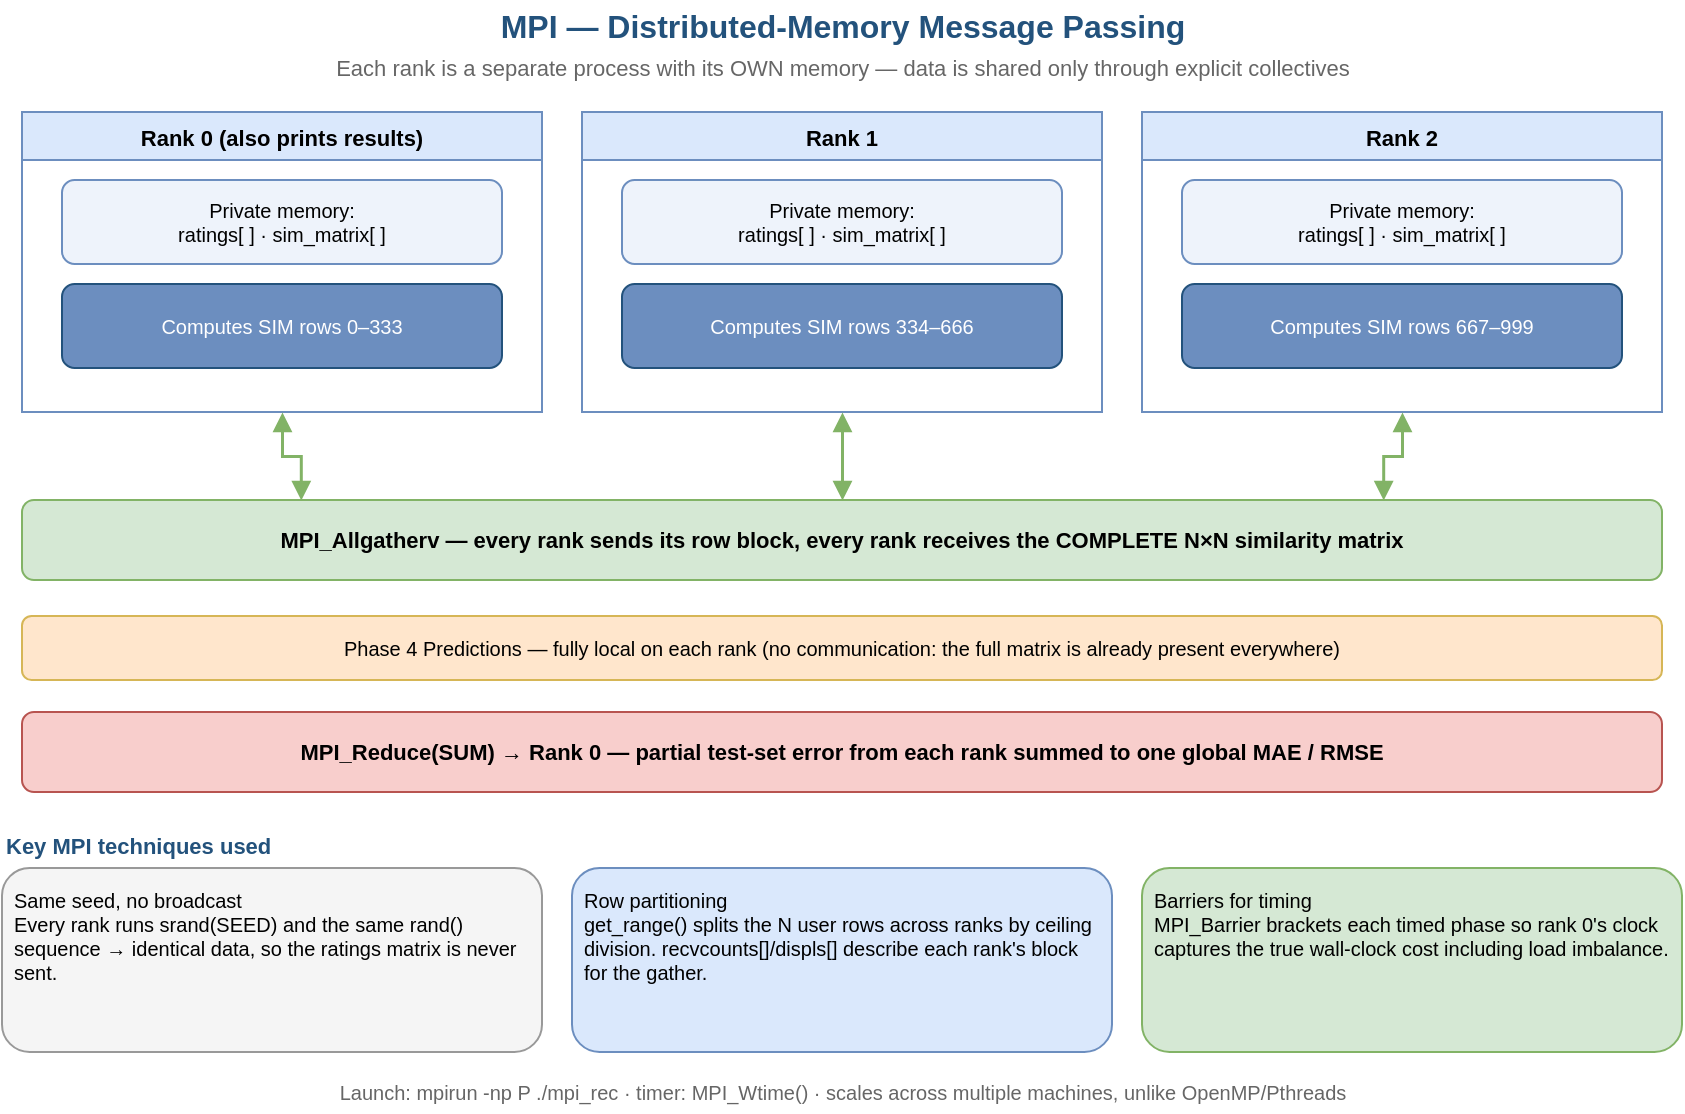
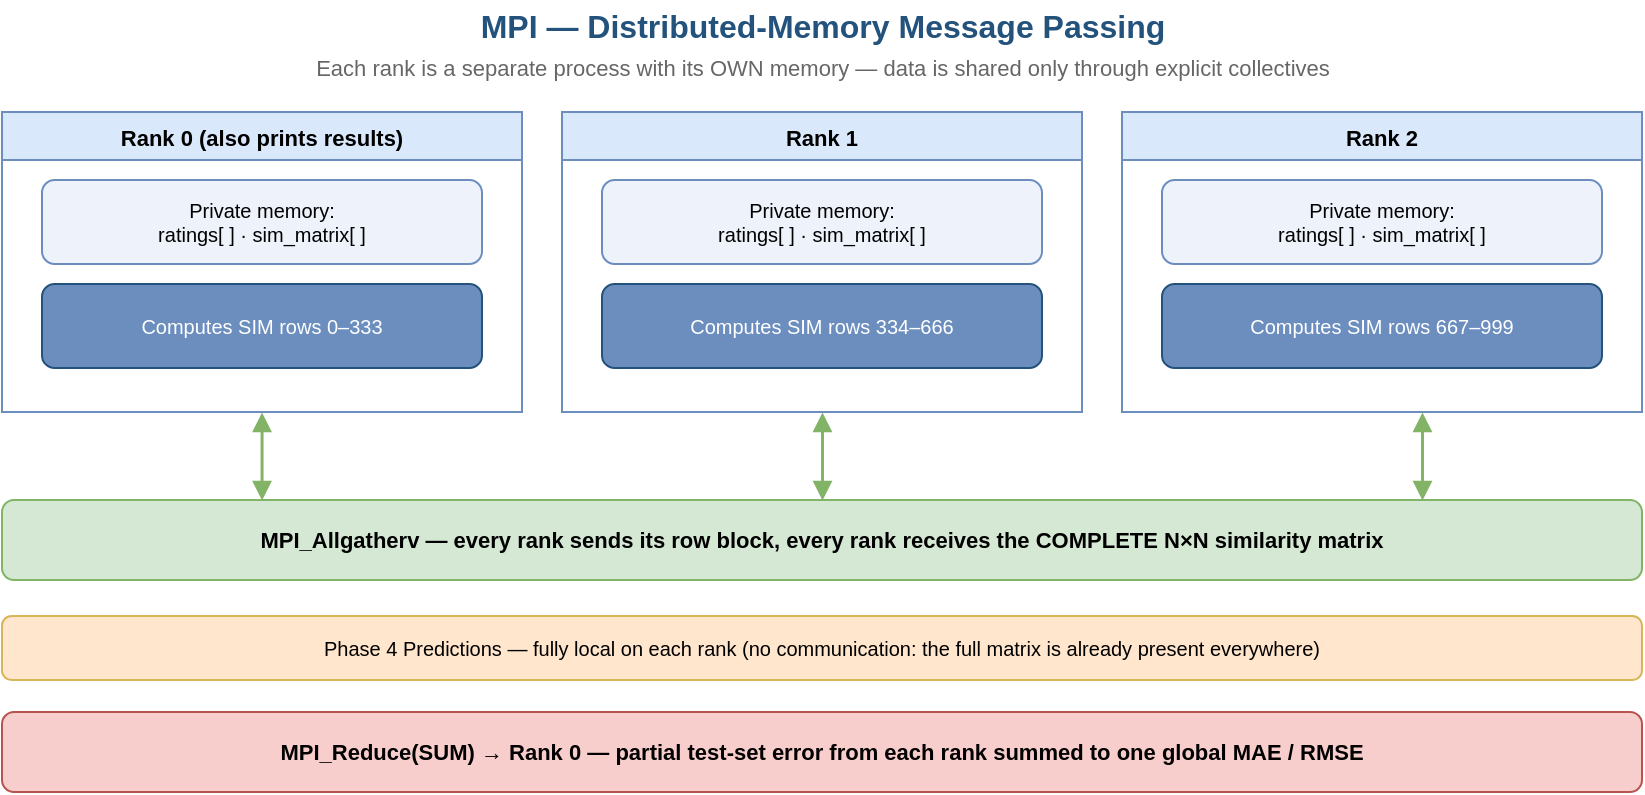
- <mxfile host="app.diagrams.net" version="21.1.2">
-   <diagram id="page4" name="4. MPI">
-     <mxGraphModel dx="1000" dy="640" grid="1" gridSize="10" guides="1" tooltips="1" connect="1" arrows="1" fold="1" page="1" pageScale="1" pageWidth="900" pageHeight="640" math="0" shadow="0">
-       <root>
-         <mxCell id="0" />
-         <mxCell id="1" parent="0" />
- 
-         <!-- Title -->
-         <mxCell id="ttl" value="MPI — Distributed-Memory Message Passing" style="text;html=1;align=center;verticalAlign=middle;fontStyle=1;fontSize=16;fontColor=#23527c;" vertex="1" parent="1">
-           <mxGeometry x="150" y="16" width="600" height="26" as="geometry" />
-         </mxCell>
-         <mxCell id="sub" value="Each rank is a separate process with its OWN memory — data is shared only through explicit collectives" style="text;html=1;align=center;verticalAlign=middle;fontSize=11;fontColor=#666666;" vertex="1" parent="1">
-           <mxGeometry x="150" y="40" width="600" height="20" as="geometry" />
-         </mxCell>
- 
-         <!-- Rank containers -->
-         <mxCell id="r0" value="Rank 0  (also prints results)" style="swimlane;startSize=24;whiteSpace=wrap;html=1;fillColor=#dae8fc;strokeColor=#6c8ebf;fontSize=11;fontStyle=1;verticalAlign=top;" vertex="1" parent="1">
-           <mxGeometry x="40" y="72" width="260" height="150" as="geometry" />
-         </mxCell>
-         <mxCell id="r0a" value="Private memory:&#10;ratings[ ] · sim_matrix[ ]" style="rounded=1;whiteSpace=wrap;html=1;fillColor=#eef3fb;strokeColor=#6c8ebf;fontSize=10;verticalAlign=middle;" vertex="1" parent="r0">
-           <mxGeometry x="20" y="34" width="220" height="42" as="geometry" />
-         </mxCell>
-         <mxCell id="r0b" value="Computes SIM rows 0–333" style="rounded=1;whiteSpace=wrap;html=1;fillColor=#6c8ebf;strokeColor=#23527c;fontColor=#ffffff;fontSize=10;verticalAlign=middle;" vertex="1" parent="r0">
-           <mxGeometry x="20" y="86" width="220" height="42" as="geometry" />
-         </mxCell>
- 
-         <mxCell id="r1" value="Rank 1" style="swimlane;startSize=24;whiteSpace=wrap;html=1;fillColor=#dae8fc;strokeColor=#6c8ebf;fontSize=11;fontStyle=1;verticalAlign=top;" vertex="1" parent="1">
-           <mxGeometry x="320" y="72" width="260" height="150" as="geometry" />
-         </mxCell>
-         <mxCell id="r1a" value="Private memory:&#10;ratings[ ] · sim_matrix[ ]" style="rounded=1;whiteSpace=wrap;html=1;fillColor=#eef3fb;strokeColor=#6c8ebf;fontSize=10;verticalAlign=middle;" vertex="1" parent="r1">
-           <mxGeometry x="20" y="34" width="220" height="42" as="geometry" />
-         </mxCell>
-         <mxCell id="r1b" value="Computes SIM rows 334–666" style="rounded=1;whiteSpace=wrap;html=1;fillColor=#6c8ebf;strokeColor=#23527c;fontColor=#ffffff;fontSize=10;verticalAlign=middle;" vertex="1" parent="r1">
-           <mxGeometry x="20" y="86" width="220" height="42" as="geometry" />
-         </mxCell>
- 
-         <mxCell id="r2" value="Rank 2" style="swimlane;startSize=24;whiteSpace=wrap;html=1;fillColor=#dae8fc;strokeColor=#6c8ebf;fontSize=11;fontStyle=1;verticalAlign=top;" vertex="1" parent="1">
-           <mxGeometry x="600" y="72" width="260" height="150" as="geometry" />
-         </mxCell>
-         <mxCell id="r2a" value="Private memory:&#10;ratings[ ] · sim_matrix[ ]" style="rounded=1;whiteSpace=wrap;html=1;fillColor=#eef3fb;strokeColor=#6c8ebf;fontSize=10;verticalAlign=middle;" vertex="1" parent="r2">
-           <mxGeometry x="20" y="34" width="220" height="42" as="geometry" />
-         </mxCell>
-         <mxCell id="r2b" value="Computes SIM rows 667–999" style="rounded=1;whiteSpace=wrap;html=1;fillColor=#6c8ebf;strokeColor=#23527c;fontColor=#ffffff;fontSize=10;verticalAlign=middle;" vertex="1" parent="r2">
-           <mxGeometry x="20" y="86" width="220" height="42" as="geometry" />
-         </mxCell>
- 
-         <!-- Allgatherv bus -->
-         <mxCell id="agv" value="MPI_Allgatherv  —  every rank sends its row block, every rank receives the COMPLETE N×N similarity matrix" style="rounded=1;whiteSpace=wrap;html=1;fillColor=#d5e8d4;strokeColor=#82b366;fontSize=11;fontStyle=1;verticalAlign=middle;" vertex="1" parent="1">
-           <mxGeometry x="40" y="266" width="820" height="40" as="geometry" />
-         </mxCell>
-         <mxCell id="ag0" style="edgeStyle=orthogonalEdgeStyle;rounded=0;html=1;startArrow=block;startFill=1;endArrow=block;endFill=1;strokeWidth=1.5;strokeColor=#82b366;exitX=0.5;exitY=1;entryX=0.17;entryY=0;" edge="1" source="r0" target="agv" parent="1"><mxGeometry relative="1" as="geometry" /></mxCell>
-         <mxCell id="ag1" style="edgeStyle=orthogonalEdgeStyle;rounded=0;html=1;startArrow=block;startFill=1;endArrow=block;endFill=1;strokeWidth=1.5;strokeColor=#82b366;exitX=0.5;exitY=1;entryX=0.5;entryY=0;" edge="1" source="r1" target="agv" parent="1"><mxGeometry relative="1" as="geometry" /></mxCell>
-         <mxCell id="ag2" style="edgeStyle=orthogonalEdgeStyle;rounded=0;html=1;startArrow=block;startFill=1;endArrow=block;endFill=1;strokeWidth=1.5;strokeColor=#82b366;exitX=0.5;exitY=1;entryX=0.83;entryY=0;" edge="1" source="r2" target="agv" parent="1"><mxGeometry relative="1" as="geometry" /></mxCell>
- 
-         <!-- Predictions note -->
-         <mxCell id="pred" value="Phase 4 Predictions — fully local on each rank (no communication: the full matrix is already present everywhere)" style="rounded=1;whiteSpace=wrap;html=1;fillColor=#ffe6cc;strokeColor=#d6b656;fontSize=10;verticalAlign=middle;" vertex="1" parent="1">
-           <mxGeometry x="40" y="324" width="820" height="32" as="geometry" />
-         </mxCell>
- 
-         <!-- Reduce -->
-         <mxCell id="red" value="MPI_Reduce(SUM) → Rank 0  —  partial test-set error from each rank summed to one global MAE / RMSE" style="rounded=1;whiteSpace=wrap;html=1;fillColor=#f8cecc;strokeColor=#b85450;fontSize=11;fontStyle=1;verticalAlign=middle;" vertex="1" parent="1">
-           <mxGeometry x="40" y="372" width="820" height="40" as="geometry" />
-         </mxCell>
- 
-         <!-- Concept boxes -->
-         <mxCell id="ch" value="Key MPI techniques used" style="text;html=1;align=left;fontStyle=1;fontSize=11;fontColor=#23527c;" vertex="1" parent="1">
-           <mxGeometry x="30" y="426" width="300" height="20" as="geometry" />
-         </mxCell>
-         <mxCell id="c1" value="Same seed, no broadcast&#10;Every rank runs srand(SEED) and the same rand() sequence → identical data, so the ratings matrix is never sent." style="rounded=1;whiteSpace=wrap;html=1;fillColor=#f5f5f5;strokeColor=#999999;fontSize=10;verticalAlign=top;align=left;spacing=6;" vertex="1" parent="1">
-           <mxGeometry x="30" y="450" width="270" height="92" as="geometry" />
-         </mxCell>
-         <mxCell id="c2" value="Row partitioning&#10;get_range() splits the N user rows across ranks by ceiling division. recvcounts[]/displs[] describe each rank's block for the gather." style="rounded=1;whiteSpace=wrap;html=1;fillColor=#dae8fc;strokeColor=#6c8ebf;fontSize=10;verticalAlign=top;align=left;spacing=6;" vertex="1" parent="1">
-           <mxGeometry x="315" y="450" width="270" height="92" as="geometry" />
-         </mxCell>
-         <mxCell id="c3" value="Barriers for timing&#10;MPI_Barrier brackets each timed phase so rank 0's clock captures the true wall-clock cost including load imbalance." style="rounded=1;whiteSpace=wrap;html=1;fillColor=#d5e8d4;strokeColor=#82b366;fontSize=10;verticalAlign=top;align=left;spacing=6;" vertex="1" parent="1">
-           <mxGeometry x="600" y="450" width="270" height="92" as="geometry" />
-         </mxCell>
- 
-         <!-- Footer -->
-         <mxCell id="ft" value="Launch: mpirun -np P ./mpi_rec   ·   timer: MPI_Wtime()   ·   scales across multiple machines, unlike OpenMP/Pthreads" style="text;html=1;align=center;verticalAlign=middle;fontSize=10;fontColor=#666666;" vertex="1" parent="1">
-           <mxGeometry x="30" y="552" width="840" height="20" as="geometry" />
-         </mxCell>
-       </root>
-     </mxGraphModel>
-   </diagram>
- </mxfile>
+ <mxfile host="65bd71144e">
+     <diagram id="page4" name="4. MPI">
+         <mxGraphModel dx="258" dy="156" grid="1" gridSize="10" guides="1" tooltips="1" connect="1" arrows="1" fold="1" page="1" pageScale="1" pageWidth="900" pageHeight="640" math="0" shadow="0">
+             <root>
+                 <mxCell id="0"/>
+                 <mxCell id="1" parent="0"/>
+                 <mxCell id="ttl" value="MPI — Distributed-Memory Message Passing" style="text;html=1;align=center;verticalAlign=middle;fontStyle=1;fontSize=16;fontColor=#23527c;" parent="1" vertex="1">
+                     <mxGeometry x="150" y="16" width="600" height="26" as="geometry"/>
+                 </mxCell>
+                 <mxCell id="sub" value="Each rank is a separate process with its OWN memory — data is shared only through explicit collectives" style="text;html=1;align=center;verticalAlign=middle;fontSize=11;fontColor=#666666;" parent="1" vertex="1">
+                     <mxGeometry x="150" y="40" width="600" height="20" as="geometry"/>
+                 </mxCell>
+                 <mxCell id="r0" value="Rank 0  (also prints results)" style="swimlane;startSize=24;whiteSpace=wrap;html=1;fillColor=#dae8fc;strokeColor=#6c8ebf;fontSize=11;fontStyle=1;verticalAlign=top;" parent="1" vertex="1">
+                     <mxGeometry x="40" y="72" width="260" height="150" as="geometry"/>
+                 </mxCell>
+                 <mxCell id="r0a" value="Private memory:&#xa;ratings[ ] · sim_matrix[ ]" style="rounded=1;whiteSpace=wrap;html=1;fillColor=#eef3fb;strokeColor=#6c8ebf;fontSize=10;verticalAlign=middle;" parent="r0" vertex="1">
+                     <mxGeometry x="20" y="34" width="220" height="42" as="geometry"/>
+                 </mxCell>
+                 <mxCell id="r0b" value="Computes SIM rows 0–333" style="rounded=1;whiteSpace=wrap;html=1;fillColor=#6c8ebf;strokeColor=#23527c;fontColor=#ffffff;fontSize=10;verticalAlign=middle;" parent="r0" vertex="1">
+                     <mxGeometry x="20" y="86" width="220" height="42" as="geometry"/>
+                 </mxCell>
+                 <mxCell id="r1" value="Rank 1" style="swimlane;startSize=24;whiteSpace=wrap;html=1;fillColor=#dae8fc;strokeColor=#6c8ebf;fontSize=11;fontStyle=1;verticalAlign=top;" parent="1" vertex="1">
+                     <mxGeometry x="320" y="72" width="260" height="150" as="geometry"/>
+                 </mxCell>
+                 <mxCell id="r1a" value="Private memory:&#xa;ratings[ ] · sim_matrix[ ]" style="rounded=1;whiteSpace=wrap;html=1;fillColor=#eef3fb;strokeColor=#6c8ebf;fontSize=10;verticalAlign=middle;" parent="r1" vertex="1">
+                     <mxGeometry x="20" y="34" width="220" height="42" as="geometry"/>
+                 </mxCell>
+                 <mxCell id="r1b" value="Computes SIM rows 334–666" style="rounded=1;whiteSpace=wrap;html=1;fillColor=#6c8ebf;strokeColor=#23527c;fontColor=#ffffff;fontSize=10;verticalAlign=middle;" parent="r1" vertex="1">
+                     <mxGeometry x="20" y="86" width="220" height="42" as="geometry"/>
+                 </mxCell>
+                 <mxCell id="r2" value="Rank 2" style="swimlane;startSize=24;whiteSpace=wrap;html=1;fillColor=#dae8fc;strokeColor=#6c8ebf;fontSize=11;fontStyle=1;verticalAlign=top;" parent="1" vertex="1">
+                     <mxGeometry x="600" y="72" width="260" height="150" as="geometry"/>
+                 </mxCell>
+                 <mxCell id="r2a" value="Private memory:&#xa;ratings[ ] · sim_matrix[ ]" style="rounded=1;whiteSpace=wrap;html=1;fillColor=#eef3fb;strokeColor=#6c8ebf;fontSize=10;verticalAlign=middle;" parent="r2" vertex="1">
+                     <mxGeometry x="20" y="34" width="220" height="42" as="geometry"/>
+                 </mxCell>
+                 <mxCell id="r2b" value="Computes SIM rows 667–999" style="rounded=1;whiteSpace=wrap;html=1;fillColor=#6c8ebf;strokeColor=#23527c;fontColor=#ffffff;fontSize=10;verticalAlign=middle;" parent="r2" vertex="1">
+                     <mxGeometry x="20" y="86" width="220" height="42" as="geometry"/>
+                 </mxCell>
+                 <mxCell id="agv" value="MPI_Allgatherv  —  every rank sends its row block, every rank receives the COMPLETE N×N similarity matrix" style="rounded=1;whiteSpace=wrap;html=1;fillColor=#d5e8d4;strokeColor=#82b366;fontSize=11;fontStyle=1;verticalAlign=middle;" parent="1" vertex="1">
+                     <mxGeometry x="40" y="266" width="820" height="40" as="geometry"/>
+                 </mxCell>
+                 <mxCell id="ag1" style="edgeStyle=orthogonalEdgeStyle;rounded=0;html=1;startArrow=block;startFill=1;endArrow=block;endFill=1;strokeWidth=1.5;strokeColor=#82b366;exitX=0.5;exitY=1;entryX=0.5;entryY=0;" parent="1" source="r1" target="agv" edge="1">
+                     <mxGeometry relative="1" as="geometry"/>
+                 </mxCell>
+                 <mxCell id="pred" value="Phase 4 Predictions — fully local on each rank (no communication: the full matrix is already present everywhere)" style="rounded=1;whiteSpace=wrap;html=1;fillColor=#ffe6cc;strokeColor=#d6b656;fontSize=10;verticalAlign=middle;" parent="1" vertex="1">
+                     <mxGeometry x="40" y="324" width="820" height="32" as="geometry"/>
+                 </mxCell>
+                 <mxCell id="red" value="MPI_Reduce(SUM) → Rank 0  —  partial test-set error from each rank summed to one global MAE / RMSE" style="rounded=1;whiteSpace=wrap;html=1;fillColor=#f8cecc;strokeColor=#b85450;fontSize=11;fontStyle=1;verticalAlign=middle;" parent="1" vertex="1">
+                     <mxGeometry x="40" y="372" width="820" height="40" as="geometry"/>
+                 </mxCell>
+                 <mxCell id="2" style="edgeStyle=orthogonalEdgeStyle;rounded=0;html=1;startArrow=block;startFill=1;endArrow=block;endFill=1;strokeWidth=1.5;strokeColor=#82b366;exitX=0.5;exitY=1;entryX=0.5;entryY=0;" edge="1" parent="1">
+                     <mxGeometry relative="1" as="geometry">
+                         <mxPoint x="169.78" y="222" as="sourcePoint"/>
+                         <mxPoint x="169.78" y="266" as="targetPoint"/>
+                     </mxGeometry>
+                 </mxCell>
+                 <mxCell id="3" style="edgeStyle=orthogonalEdgeStyle;rounded=0;html=1;startArrow=block;startFill=1;endArrow=block;endFill=1;strokeWidth=1.5;strokeColor=#82b366;exitX=0.5;exitY=1;entryX=0.5;entryY=0;" edge="1" parent="1">
+                     <mxGeometry relative="1" as="geometry">
+                         <mxPoint x="750" y="222" as="sourcePoint"/>
+                         <mxPoint x="750" y="266" as="targetPoint"/>
+                     </mxGeometry>
+                 </mxCell>
+             </root>
+         </mxGraphModel>
+     </diagram>
+ </mxfile>